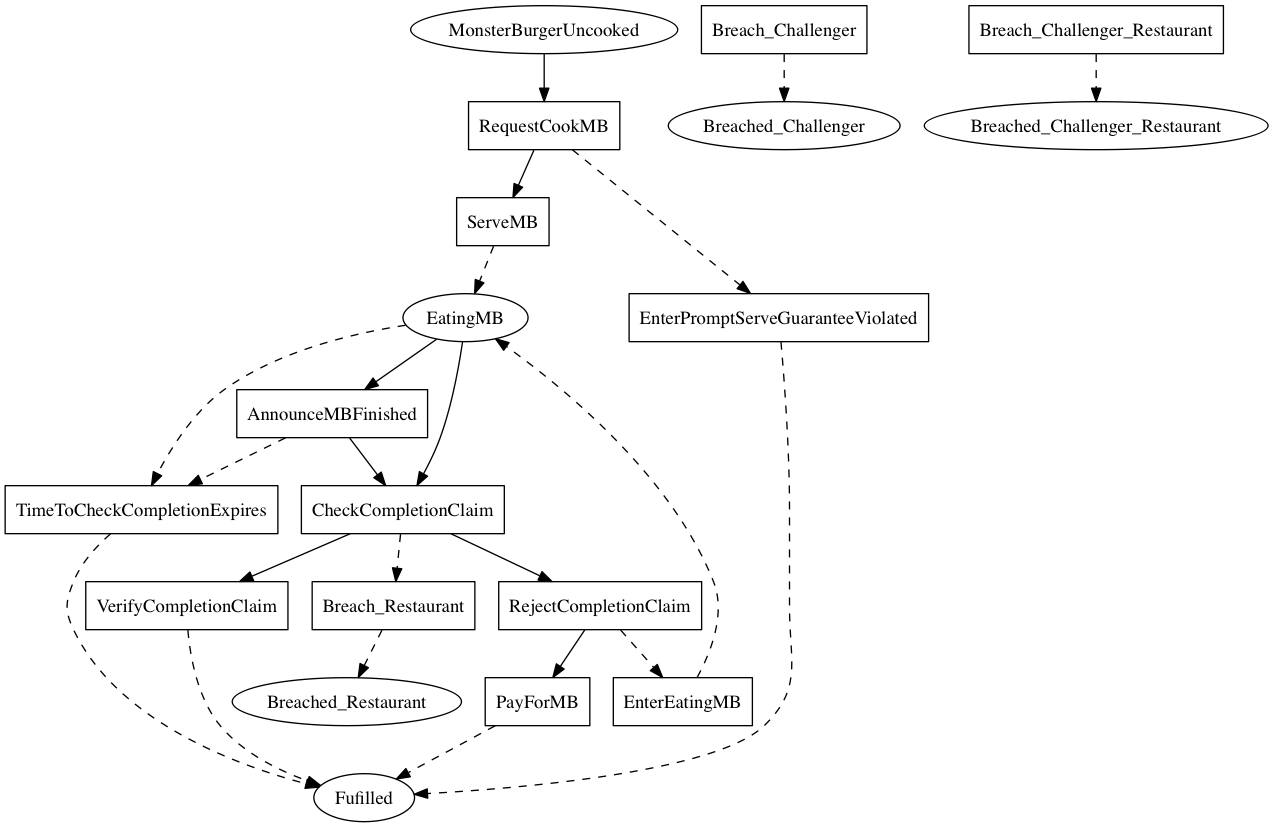
Before: linear_state_machine_language/pyL4/examples/out_graphviz/toy_and_teaching/monster_burger_program_only.png, a diagram exported from Graphviz (Marcao02/complaw-deeptech). Its source is kept beside it as linear_state_machine_language/pyL4/examples/out_graphviz/toy_and_teaching/monster_burger_program_only.dot.
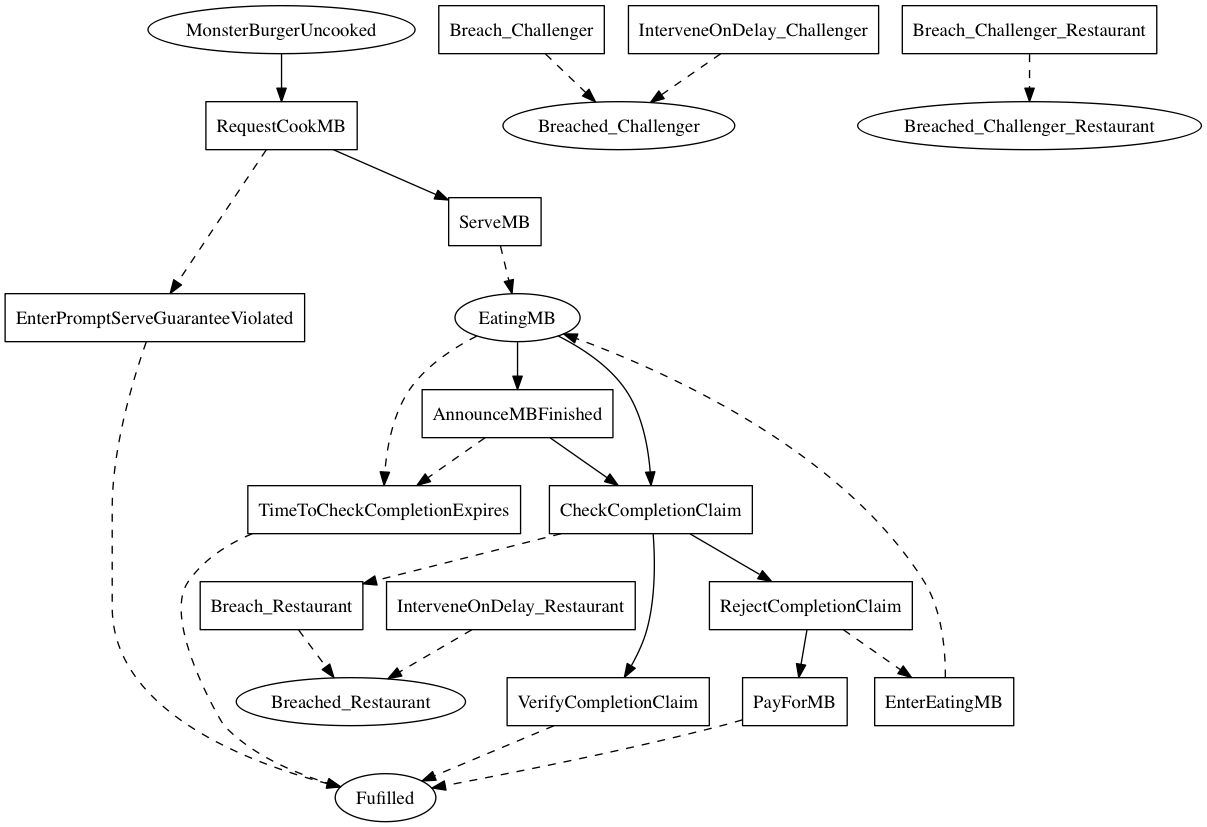
Later version of the same file.

What changed in the source:
```diff
@@ -20,7 +20,9 @@
 	VerifyCompletionClaim[label=VerifyCompletionClaim,shape=box];
 	Breach_Restaurant[label=Breach_Restaurant,shape=box];
 	Breach_Challenger[label=Breach_Challenger,shape=box];
-	Breach_Challenger_Restaurant[label=Breach_Challenger_Restaurant,shape=box]
+	Breach_Challenger_Restaurant[label=Breach_Challenger_Restaurant,shape=box];
+	InterveneOnDelay_Challenger[label=InterveneOnDelay_Challenger,shape=box];
+	InterveneOnDelay_Restaurant[label=InterveneOnDelay_Restaurant,shape=box]
 
 
 
@@ -47,6 +49,8 @@
 	Breach_Restaurant -> Breached_Restaurant [style=dashed];
 	Breach_Challenger -> Breached_Challenger [style=dashed];
 	Breach_Challenger_Restaurant -> Breached_Challenger_Restaurant [style=dashed];
+	InterveneOnDelay_Challenger -> Breached_Challenger [style=dashed];
+	InterveneOnDelay_Restaurant -> Breached_Restaurant [style=dashed];
 
 
 
```
